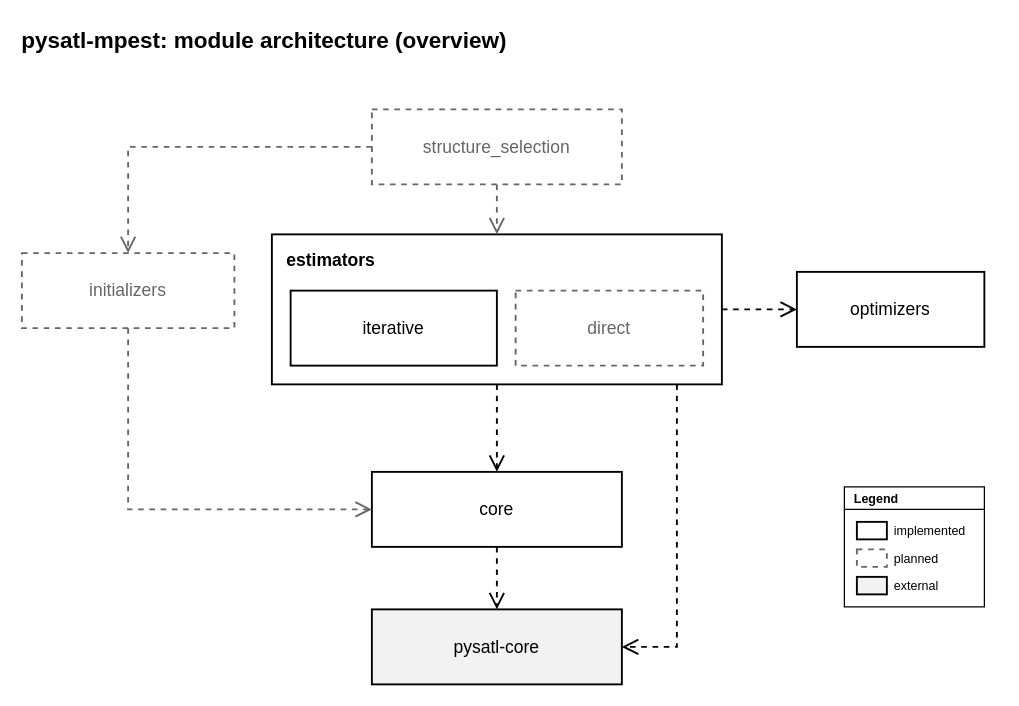
PySATL/pysatl-mpest keeps this draw.io diagram as page "Overview" (1 of 2) of docs/source/design/diagrams/module-architecture.drawio. Above is the earlier version. Source tidied: cells renumbered, new cells numbered last; positions are measured from the earlier drawing's top-left corner, leaving out a move shared by most shapes. Both pictures are drawn from the tidied source at 125%, with x=0, y=0 at pixel (21, 21).
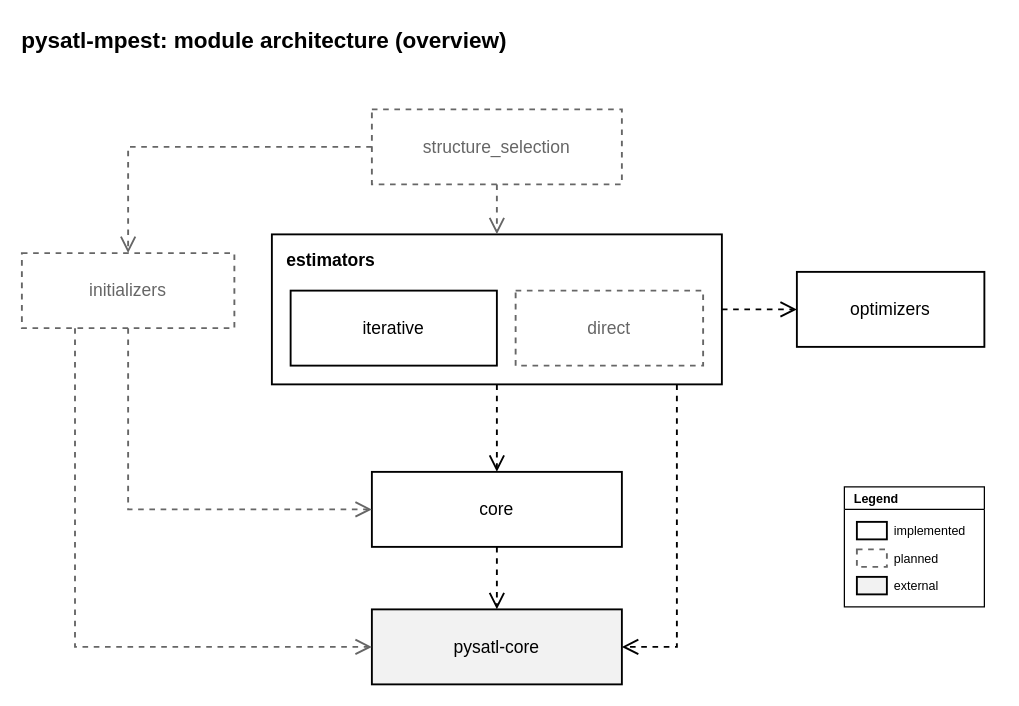
The same diagram, later.

The change refers to these unchanged cells:
```xml
<mxCell id="4" value="initializers" style="rounded=0;whiteSpace=wrap;html=1;fillColor=#ffffff;strokeColor=#666666;strokeWidth=1.5;dashed=1;fontSize=14;fontFamily=Helvetica;fontColor=#666666;" parent="1" vertex="1">
  <mxGeometry y="185" width="170" height="60" as="geometry" />
</mxCell>
<mxCell id="10" value="pysatl-core" style="rounded=0;whiteSpace=wrap;html=1;fillColor=#F2F2F2;strokeColor=#000000;strokeWidth=1.5;fontSize=14;fontFamily=Helvetica;fontColor=#000000;" parent="1" vertex="1">
  <mxGeometry x="280" y="470" width="200" height="60" as="geometry" />
</mxCell>
```

What changed in the source:
```diff
@@
+    <mxCell id="25" style="edgeStyle=orthogonalEdgeStyle;rounded=0;html=1;dashed=1;endArrow=open;endFill=0;endSize=10;strokeColor=#666666;strokeWidth=1.5;fontSize=12;fontFamily=Helvetica;fontColor=#666666;exitX=0.25;exitY=1;entryX=0;entryY=0.5;" parent="1" edge="1" source="4" target="10">
+      <mxGeometry relative="1" as="geometry">
+        <Array as="points">
+          <mxPoint x="42.5" y="500" />
+        </Array>
+      </mxGeometry>
+    </mxCell>
```
